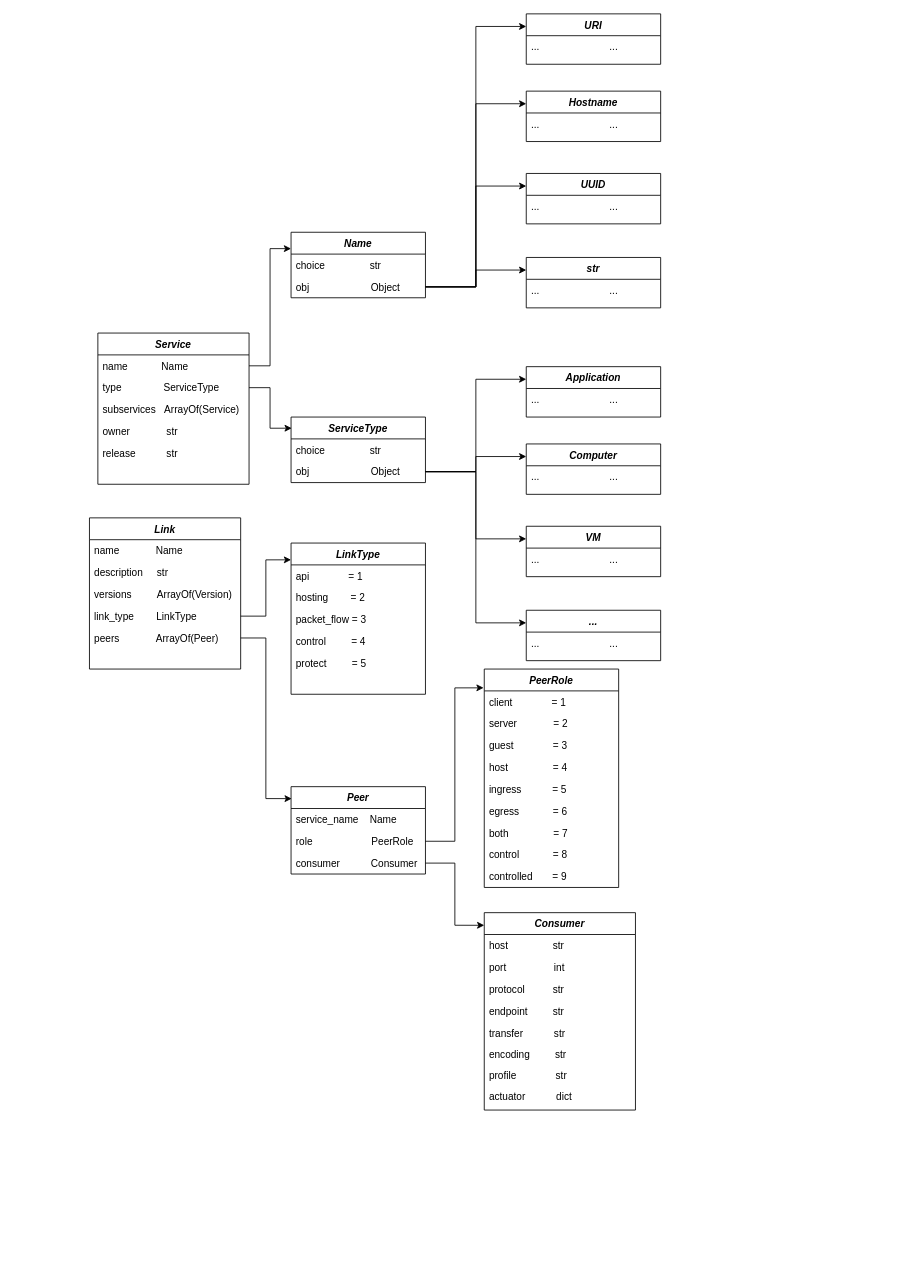
Above: docs/source/ctxd/ctxd-datamodel.drawio in mattereppe/otupy (draw.io), before the change. Source tidied: cells renumbered, new cells numbered last; positions are measured from the earlier drawing's top-left corner, leaving out a move shared by most shapes. Both pictures are drawn from the tidied source at 84%, with x=0, y=0 at pixel (89, 13).
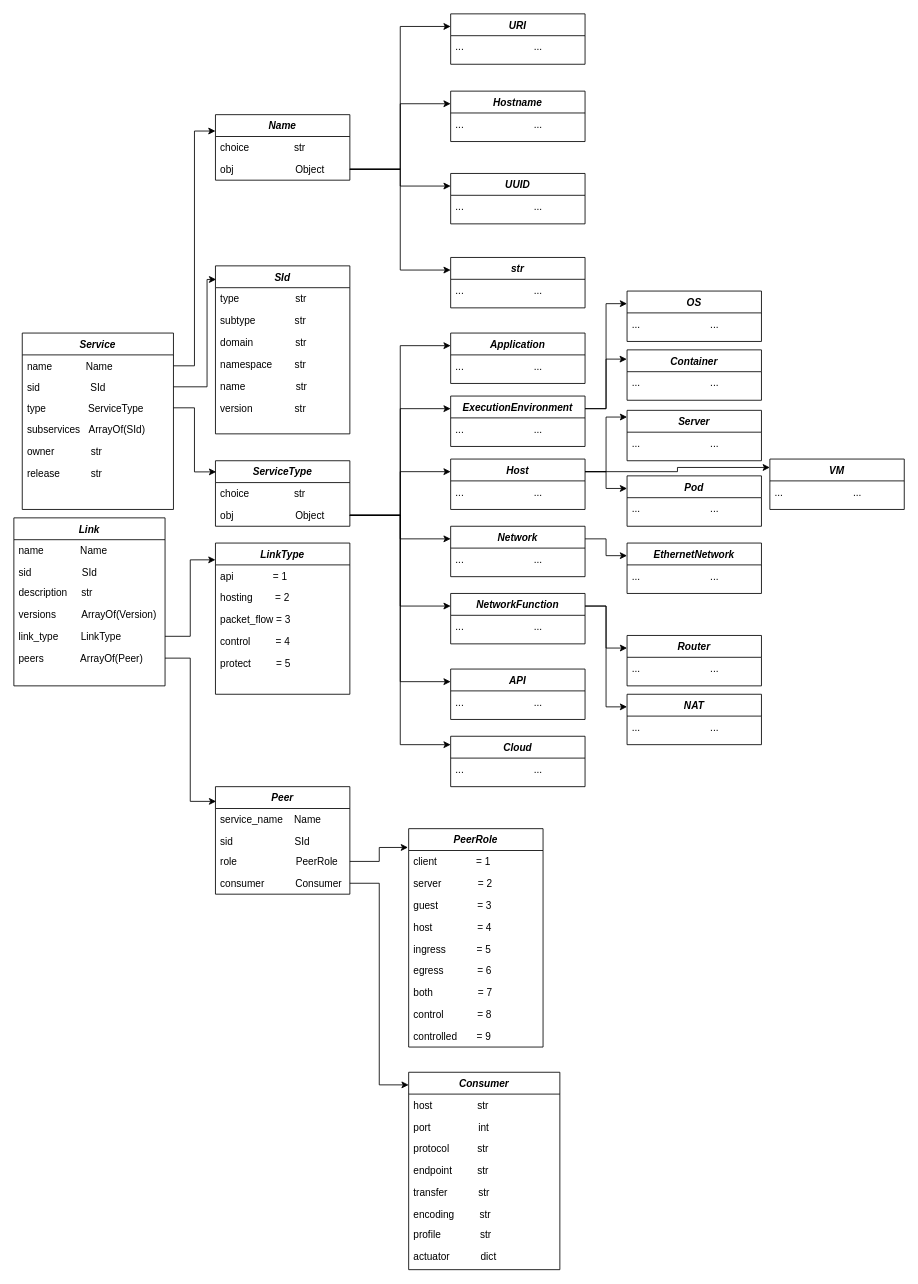
The same page after the edit.

Commit message (it also covers changes not shown here):
Updated documentation for the ctxd profile. Removed description of data types.

Unchanged cells that the change refers to:
```xml
<mxCell id="11" value="obj                      Object" style="text;align=left;verticalAlign=top;spacingLeft=4;spacingRight=4;overflow=hidden;points=[[0,0.5],[1,0.5]];portConstraint=eastwest;rounded=0;shadow=0;html=0;" parent="9" vertex="1">
  <mxGeometry y="52" width="160" height="26" as="geometry" />
</mxCell>
```

Diff of the diagram source:
```diff
@@
     <mxCell id="2" value="Service" style="swimlane;fontStyle=3;align=center;verticalAlign=top;horizontal=1;startSize=26;rounded=0;shadow=0;strokeWidth=1;" parent="1" vertex="1">
-      <mxGeometry x="10" y="380" width="180" height="180" as="geometry" />
+      <mxGeometry x="-80" y="380" width="180" height="210" as="geometry" />
     </mxCell>
@@
+    <mxCell id="79" value="sid                  SId" style="text;align=left;verticalAlign=top;spacingLeft=4;spacingRight=4;overflow=hidden;points=[[0,0.5],[1,0.5]];portConstraint=eastwest;rounded=0;shadow=0;html=0;" parent="2" vertex="1">
+      <mxGeometry y="52" width="180" height="24" as="geometry" />
+    </mxCell>
     <mxCell id="4" value="type               ServiceType" style="text;align=left;verticalAlign=top;spacingLeft=4;spacingRight=4;overflow=hidden;points=[[0,0.5],[1,0.5]];portConstraint=eastwest;rounded=0;shadow=0;html=0;" parent="2" vertex="1">
-      <mxGeometry y="52" width="180" height="26" as="geometry" />
+      <mxGeometry y="76" width="180" height="26" as="geometry" />
     </mxCell>
-    <mxCell id="5" value="subservices   ArrayOf(Service)" style="text;align=left;verticalAlign=top;spacingLeft=4;spacingRight=4;overflow=hidden;rounded=0;shadow=0;html=0;" parent="2" vertex="1">
-      <mxGeometry y="78" width="180" height="26" as="geometry" />
+    <mxCell id="5" value="subservices   ArrayOf(SId)" style="text;align=left;verticalAlign=top;spacingLeft=4;spacingRight=4;overflow=hidden;rounded=0;shadow=0;html=0;" parent="2" vertex="1">
+      <mxGeometry y="102" width="180" height="26" as="geometry" />
     </mxCell>
     <mxCell id="6" value="owner             str" style="text;align=left;verticalAlign=top;spacingLeft=4;spacingRight=4;overflow=hidden;rounded=0;shadow=0;html=0;" parent="2" vertex="1">
-      <mxGeometry y="104" width="180" height="26" as="geometry" />
+      <mxGeometry y="128" width="180" height="26" as="geometry" />
     </mxCell>
     <mxCell id="7" value="release           str" style="text;align=left;verticalAlign=top;spacingLeft=4;spacingRight=4;overflow=hidden;rounded=0;shadow=0;html=0;" parent="2" vertex="1">
-      <mxGeometry y="130" width="180" height="26" as="geometry" />
+      <mxGeometry y="154" width="180" height="26" as="geometry" />
     </mxCell>
@@
     <mxCell id="9" value="ServiceType" style="swimlane;fontStyle=3;align=center;verticalAlign=top;horizontal=1;startSize=26;rounded=0;shadow=0;strokeWidth=1;" parent="1" vertex="1">
-      <mxGeometry x="240" y="480" width="160" height="78" as="geometry" />
+      <mxGeometry x="150" y="532" width="160" height="78" as="geometry" />
     </mxCell>
@@
     <mxCell id="12" value="Application" style="swimlane;fontStyle=3;align=center;verticalAlign=top;horizontal=1;startSize=26;rounded=0;shadow=0;strokeWidth=1;" parent="1" vertex="1">
-      <mxGeometry x="520" y="420" width="160" height="60" as="geometry" />
+      <mxGeometry x="430" y="380" width="160" height="60" as="geometry" />
     </mxCell>
@@
+    <mxCell id="80" style="edgeStyle=orthogonalEdgeStyle;rounded=0;jettySize=auto;html=1;exitX=1;exitY=0.25;exitDx=0;exitDy=0;entryX=0;entryY=0.25;entryDx=0;entryDy=0;" parent="1" edge="1" source="14" target="108">
+      <mxGeometry relative="1" as="geometry" />
+    </mxCell>
-    <mxCell id="14" value="Computer" style="swimlane;fontStyle=3;align=center;verticalAlign=top;horizontal=1;startSize=26;rounded=0;shadow=0;strokeWidth=1;" parent="1" vertex="1">
-      <mxGeometry x="520" y="512" width="160" height="60" as="geometry" />
+    <mxCell id="14" value="ExecutionEnvironment" style="swimlane;fontStyle=3;align=center;verticalAlign=top;horizontal=1;startSize=26;rounded=0;shadow=0;strokeWidth=1;" parent="1" vertex="1">
+      <mxGeometry x="430" y="455" width="160" height="60" as="geometry" />
     </mxCell>
@@
-    <mxCell id="16" value="VM" style="swimlane;fontStyle=3;align=center;verticalAlign=top;horizontal=1;startSize=26;rounded=0;shadow=0;strokeWidth=1;" parent="1" vertex="1">
-      <mxGeometry x="520" y="610" width="160" height="60" as="geometry" />
+    <mxCell id="16" value="Host" style="swimlane;fontStyle=3;align=center;verticalAlign=top;horizontal=1;startSize=26;rounded=0;shadow=0;strokeWidth=1;" parent="1" vertex="1">
+      <mxGeometry x="430" y="530" width="160" height="60" as="geometry" />
     </mxCell>
@@
+    <mxCell id="81" style="edgeStyle=orthogonalEdgeStyle;rounded=0;jettySize=auto;html=1;exitX=1;exitY=0.25;exitDx=0;exitDy=0;entryX=0;entryY=0.25;entryDx=0;entryDy=0;" parent="1" edge="1" source="18" target="112">
+      <mxGeometry relative="1" as="geometry" />
+    </mxCell>
-    <mxCell id="18" value="..." style="swimlane;fontStyle=3;align=center;verticalAlign=top;horizontal=1;startSize=26;rounded=0;shadow=0;strokeWidth=1;" parent="1" vertex="1">
-      <mxGeometry x="520" y="710" width="160" height="60" as="geometry" />
+    <mxCell id="18" value="Network" style="swimlane;fontStyle=3;align=center;verticalAlign=top;horizontal=1;startSize=26;rounded=0;shadow=0;strokeWidth=1;" parent="1" vertex="1">
+      <mxGeometry x="430" y="610" width="160" height="60" as="geometry" />
     </mxCell>
@@
     <mxCell id="20" value="Link" style="swimlane;fontStyle=3;align=center;verticalAlign=top;horizontal=1;startSize=26;rounded=0;shadow=0;strokeWidth=1;" parent="1" vertex="1">
-      <mxGeometry y="600" width="180" height="180" as="geometry" />
+      <mxGeometry x="-90" y="600" width="180" height="200" as="geometry" />
     </mxCell>
@@
+    <mxCell id="82" value="sid                  SId" style="text;align=left;verticalAlign=top;spacingLeft=4;spacingRight=4;overflow=hidden;rounded=0;shadow=0;html=0;" parent="20" vertex="1">
+      <mxGeometry y="52" width="180" height="24" as="geometry" />
+    </mxCell>
     <mxCell id="22" value="description     str" style="text;align=left;verticalAlign=top;spacingLeft=4;spacingRight=4;overflow=hidden;rounded=0;shadow=0;html=0;" parent="20" vertex="1">
-      <mxGeometry y="52" width="180" height="26" as="geometry" />
+      <mxGeometry y="76" width="180" height="26" as="geometry" />
     </mxCell>
     <mxCell id="23" value="versions         ArrayOf(Version)" style="text;align=left;verticalAlign=top;spacingLeft=4;spacingRight=4;overflow=hidden;rounded=0;shadow=0;html=0;" parent="20" vertex="1">
-      <mxGeometry y="78" width="180" height="26" as="geometry" />
+      <mxGeometry y="102" width="180" height="26" as="geometry" />
     </mxCell>
     <mxCell id="24" value="link_type        LinkType" style="text;align=left;verticalAlign=top;spacingLeft=4;spacingRight=4;overflow=hidden;points=[[0,0.5],[1,0.5]];portConstraint=eastwest;rounded=0;shadow=0;html=0;" parent="20" vertex="1">
-      <mxGeometry y="104" width="180" height="26" as="geometry" />
+      <mxGeometry y="128" width="180" height="26" as="geometry" />
     </mxCell>
     <mxCell id="25" value="peers             ArrayOf(Peer)" style="text;align=left;verticalAlign=top;spacingLeft=4;spacingRight=4;overflow=hidden;points=[[0,0.5],[1,0.5]];portConstraint=eastwest;rounded=0;shadow=0;html=0;" parent="20" vertex="1">
-      <mxGeometry y="130" width="180" height="26" as="geometry" />
+      <mxGeometry y="154" width="180" height="26" as="geometry" />
     </mxCell>
     <mxCell id="26" value="LinkType" style="swimlane;fontStyle=3;align=center;verticalAlign=top;horizontal=1;startSize=26;rounded=0;shadow=0;strokeWidth=1;" parent="1" vertex="1">
-      <mxGeometry x="240" y="630" width="160" height="180" as="geometry" />
+      <mxGeometry x="150" y="630" width="160" height="180" as="geometry" />
     </mxCell>
@@
     <mxCell id="37" value="Peer" style="swimlane;fontStyle=3;align=center;verticalAlign=top;horizontal=1;startSize=26;rounded=0;shadow=0;strokeWidth=1;" parent="1" vertex="1">
-      <mxGeometry x="240" y="920" width="160" height="104" as="geometry" />
+      <mxGeometry x="150" y="920" width="160" height="128" as="geometry" />
     </mxCell>
@@
+    <mxCell id="83" value="sid                      SId" style="text;align=left;verticalAlign=top;spacingLeft=4;spacingRight=4;overflow=hidden;rounded=0;shadow=0;html=0;" parent="37" vertex="1">
+      <mxGeometry y="52" width="160" height="24" as="geometry" />
+    </mxCell>
     <mxCell id="39" value="role                     PeerRole" style="text;align=left;verticalAlign=top;spacingLeft=4;spacingRight=4;overflow=hidden;points=[[0,0.5],[1,0.5]];portConstraint=eastwest;rounded=0;shadow=0;html=0;" parent="37" vertex="1">
-      <mxGeometry y="52" width="160" height="26" as="geometry" />
+      <mxGeometry y="76" width="160" height="26" as="geometry" />
     </mxCell>
     <mxCell id="40" value="consumer           Consumer" style="text;align=left;verticalAlign=top;spacingLeft=4;spacingRight=4;overflow=hidden;points=[[0,0.5],[1,0.5]];portConstraint=eastwest;rounded=0;shadow=0;html=0;" parent="37" vertex="1">
-      <mxGeometry y="78" width="160" height="26" as="geometry" />
+      <mxGeometry y="102" width="160" height="26" as="geometry" />
     </mxCell>
@@
     <mxCell id="42" value="Consumer" style="swimlane;fontStyle=3;align=center;verticalAlign=top;horizontal=1;startSize=26;rounded=0;shadow=0;strokeWidth=1;" parent="1" vertex="1">
-      <mxGeometry x="470" y="1070" width="180" height="235" as="geometry" />
+      <mxGeometry x="380" y="1260" width="180" height="235" as="geometry" />
     </mxCell>
@@
     <mxCell id="51" value="PeerRole" style="swimlane;fontStyle=3;align=center;verticalAlign=top;horizontal=1;startSize=26;rounded=0;shadow=0;strokeWidth=1;" parent="1" vertex="1">
-      <mxGeometry x="470" y="780" width="160" height="260" as="geometry" />
+      <mxGeometry x="380" y="970" width="160" height="260" as="geometry" />
     </mxCell>
@@
     <mxCell id="63" value="Name" style="swimlane;fontStyle=3;align=center;verticalAlign=top;horizontal=1;startSize=26;rounded=0;shadow=0;strokeWidth=1;" parent="1" vertex="1">
-      <mxGeometry x="240" y="260" width="160" height="78" as="geometry" />
+      <mxGeometry x="150" y="120" width="160" height="78" as="geometry" />
     </mxCell>
@@
     <mxCell id="67" value="URI" style="swimlane;fontStyle=3;align=center;verticalAlign=top;horizontal=1;startSize=26;rounded=0;shadow=0;strokeWidth=1;" parent="1" vertex="1">
-      <mxGeometry x="520" width="160" height="60" as="geometry" />
+      <mxGeometry x="430" width="160" height="60" as="geometry" />
     </mxCell>
@@
     <mxCell id="69" value="Hostname" style="swimlane;fontStyle=3;align=center;verticalAlign=top;horizontal=1;startSize=26;rounded=0;shadow=0;strokeWidth=1;" parent="1" vertex="1">
-      <mxGeometry x="520" y="92" width="160" height="60" as="geometry" />
+      <mxGeometry x="430" y="92" width="160" height="60" as="geometry" />
     </mxCell>
@@
     <mxCell id="71" value="UUID" style="swimlane;fontStyle=3;align=center;verticalAlign=top;horizontal=1;startSize=26;rounded=0;shadow=0;strokeWidth=1;" parent="1" vertex="1">
-      <mxGeometry x="520" y="190" width="160" height="60" as="geometry" />
+      <mxGeometry x="430" y="190" width="160" height="60" as="geometry" />
     </mxCell>
@@
     <mxCell id="73" value="str" style="swimlane;fontStyle=3;align=center;verticalAlign=top;horizontal=1;startSize=26;rounded=0;shadow=0;strokeWidth=1;" parent="1" vertex="1">
-      <mxGeometry x="520" y="290" width="160" height="60" as="geometry" />
+      <mxGeometry x="430" y="290" width="160" height="60" as="geometry" />
     </mxCell>
@@
+    <mxCell id="84" value="SId" style="swimlane;fontStyle=3;align=center;verticalAlign=top;horizontal=1;startSize=26;rounded=0;shadow=0;strokeWidth=1;" parent="1" vertex="1">
+      <mxGeometry x="150" y="300" width="160" height="200" as="geometry" />
+    </mxCell>
+    <mxCell id="85" value="type                    str        " style="text;align=left;verticalAlign=top;spacingLeft=4;spacingRight=4;overflow=hidden;" parent="84" vertex="1">
+      <mxGeometry y="26" width="160" height="26" as="geometry" />
+    </mxCell>
+    <mxCell id="86" value="subtype              str" style="text;align=left;verticalAlign=top;spacingLeft=4;spacingRight=4;overflow=hidden;rounded=0;shadow=0;html=0;" parent="84" vertex="1">
+      <mxGeometry y="52" width="160" height="26" as="geometry" />
+    </mxCell>
+    <mxCell id="87" value="domain               str" style="text;align=left;verticalAlign=top;spacingLeft=4;spacingRight=4;overflow=hidden;rounded=0;shadow=0;html=0;" parent="84" vertex="1">
+      <mxGeometry y="78" width="160" height="26" as="geometry" />
+    </mxCell>
+    <mxCell id="88" value="namespace        str" style="text;align=left;verticalAlign=top;spacingLeft=4;spacingRight=4;overflow=hidden;rounded=0;shadow=0;html=0;" parent="84" vertex="1">
+      <mxGeometry y="104" width="160" height="26" as="geometry" />
+    </mxCell>
+    <mxCell id="89" value="name                  str" style="text;align=left;verticalAlign=top;spacingLeft=4;spacingRight=4;overflow=hidden;rounded=0;shadow=0;html=0;" parent="84" vertex="1">
+      <mxGeometry y="130" width="160" height="26" as="geometry" />
+    </mxCell>
+    <mxCell id="90" value="version               str" style="text;align=left;verticalAlign=top;spacingLeft=4;spacingRight=4;overflow=hidden;rounded=0;shadow=0;html=0;" parent="84" vertex="1">
+      <mxGeometry y="156" width="160" height="26" as="geometry" />
+    </mxCell>
+    <mxCell id="91" style="edgeStyle=orthogonalEdgeStyle;rounded=0;jettySize=auto;html=1;exitX=1;exitY=0.5;exitDx=0;exitDy=0;entryX=0.005;entryY=0.081;entryDx=0;entryDy=0;entryPerimeter=0;" parent="1" edge="1" source="79" target="84">
+      <mxGeometry relative="1" as="geometry">
+        <Array as="points">
+          <mxPoint x="140" y="444" />
+          <mxPoint x="140" y="316" />
+        </Array>
+      </mxGeometry>
+    </mxCell>
+    <mxCell id="92" value="VM" style="swimlane;fontStyle=3;align=center;verticalAlign=top;horizontal=1;startSize=26;rounded=0;shadow=0;strokeWidth=1;" parent="1" vertex="1">
+      <mxGeometry x="810" y="530" width="160" height="60" as="geometry" />
+    </mxCell>
+    <mxCell id="93" value="...                         ..." style="text;align=left;verticalAlign=top;spacingLeft=4;spacingRight=4;overflow=hidden;" parent="92" vertex="1">
+      <mxGeometry y="26" width="160" height="26" as="geometry" />
+    </mxCell>
+    <mxCell id="94" style="edgeStyle=orthogonalEdgeStyle;rounded=0;jettySize=auto;html=1;exitX=1;exitY=0.25;exitDx=0;exitDy=0;entryX=0;entryY=0.25;entryDx=0;entryDy=0;" parent="1" edge="1" source="95" target="114">
+      <mxGeometry relative="1" as="geometry" />
+    </mxCell>
+    <mxCell id="95" value="NetworkFunction" style="swimlane;fontStyle=3;align=center;verticalAlign=top;horizontal=1;startSize=26;rounded=0;shadow=0;strokeWidth=1;" parent="1" vertex="1">
+      <mxGeometry x="430" y="690" width="160" height="60" as="geometry" />
+    </mxCell>
+    <mxCell id="96" value="...                         ..." style="text;align=left;verticalAlign=top;spacingLeft=4;spacingRight=4;overflow=hidden;" parent="95" vertex="1">
+      <mxGeometry y="26" width="160" height="26" as="geometry" />
+    </mxCell>
+    <mxCell id="97" value="API" style="swimlane;fontStyle=3;align=center;verticalAlign=top;horizontal=1;startSize=26;rounded=0;shadow=0;strokeWidth=1;" parent="1" vertex="1">
+      <mxGeometry x="430" y="780" width="160" height="60" as="geometry" />
+    </mxCell>
+    <mxCell id="98" value="...                         ..." style="text;align=left;verticalAlign=top;spacingLeft=4;spacingRight=4;overflow=hidden;" parent="97" vertex="1">
+      <mxGeometry y="26" width="160" height="26" as="geometry" />
+    </mxCell>
+    <mxCell id="99" value="Cloud" style="swimlane;fontStyle=3;align=center;verticalAlign=top;horizontal=1;startSize=26;rounded=0;shadow=0;strokeWidth=1;" parent="1" vertex="1">
+      <mxGeometry x="430" y="860" width="160" height="60" as="geometry" />
+    </mxCell>
+    <mxCell id="100" value="...                         ..." style="text;align=left;verticalAlign=top;spacingLeft=4;spacingRight=4;overflow=hidden;" parent="99" vertex="1">
+      <mxGeometry y="26" width="160" height="26" as="geometry" />
+    </mxCell>
+    <mxCell id="101" style="edgeStyle=orthogonalEdgeStyle;rounded=0;jettySize=auto;html=1;exitX=1;exitY=0.5;exitDx=0;exitDy=0;entryX=0;entryY=0.25;entryDx=0;entryDy=0;" parent="1" edge="1" source="11" target="95">
+      <mxGeometry relative="1" as="geometry" />
+    </mxCell>
+    <mxCell id="102" style="edgeStyle=orthogonalEdgeStyle;rounded=0;jettySize=auto;html=1;entryX=0;entryY=0.25;entryDx=0;entryDy=0;exitX=1;exitY=0.5;exitDx=0;exitDy=0;" parent="1" edge="1" source="11" target="97">
+      <mxGeometry relative="1" as="geometry" />
+    </mxCell>
+    <mxCell id="103" style="edgeStyle=orthogonalEdgeStyle;rounded=0;jettySize=auto;html=1;exitX=1;exitY=0.5;exitDx=0;exitDy=0;entryX=0;entryY=0.167;entryDx=0;entryDy=0;entryPerimeter=0;" parent="1" edge="1" source="11" target="99">
+      <mxGeometry relative="1" as="geometry" />
+    </mxCell>
+    <mxCell id="104" value="Server" style="swimlane;fontStyle=3;align=center;verticalAlign=top;horizontal=1;startSize=26;rounded=0;shadow=0;strokeWidth=1;" parent="1" vertex="1">
+      <mxGeometry x="640" y="472" width="160" height="60" as="geometry" />
+    </mxCell>
+    <mxCell id="105" value="...                         ..." style="text;align=left;verticalAlign=top;spacingLeft=4;spacingRight=4;overflow=hidden;" parent="104" vertex="1">
+      <mxGeometry y="26" width="160" height="26" as="geometry" />
+    </mxCell>
+    <mxCell id="106" value="Pod" style="swimlane;fontStyle=3;align=center;verticalAlign=top;horizontal=1;startSize=26;rounded=0;shadow=0;strokeWidth=1;" parent="1" vertex="1">
+      <mxGeometry x="640" y="550" width="160" height="60" as="geometry" />
+    </mxCell>
+    <mxCell id="107" value="...                         ..." style="text;align=left;verticalAlign=top;spacingLeft=4;spacingRight=4;overflow=hidden;" parent="106" vertex="1">
+      <mxGeometry y="26" width="160" height="26" as="geometry" />
+    </mxCell>
+    <mxCell id="108" value="OS" style="swimlane;fontStyle=3;align=center;verticalAlign=top;horizontal=1;startSize=26;rounded=0;shadow=0;strokeWidth=1;" parent="1" vertex="1">
+      <mxGeometry x="640" y="330" width="160" height="60" as="geometry" />
+    </mxCell>
+    <mxCell id="109" value="...                         ..." style="text;align=left;verticalAlign=top;spacingLeft=4;spacingRight=4;overflow=hidden;" parent="108" vertex="1">
+      <mxGeometry y="26" width="160" height="26" as="geometry" />
+    </mxCell>
+    <mxCell id="110" value="Container" style="swimlane;fontStyle=3;align=center;verticalAlign=top;horizontal=1;startSize=26;rounded=0;shadow=0;strokeWidth=1;" parent="1" vertex="1">
+      <mxGeometry x="640" y="400" width="160" height="60" as="geometry" />
+    </mxCell>
+    <mxCell id="111" value="...                         ..." style="text;align=left;verticalAlign=top;spacingLeft=4;spacingRight=4;overflow=hidden;" parent="110" vertex="1">
+      <mxGeometry y="26" width="160" height="26" as="geometry" />
+    </mxCell>
+    <mxCell id="112" value="EthernetNetwork" style="swimlane;fontStyle=3;align=center;verticalAlign=top;horizontal=1;startSize=26;rounded=0;shadow=0;strokeWidth=1;" parent="1" vertex="1">
+      <mxGeometry x="640" y="630" width="160" height="60" as="geometry" />
+    </mxCell>
+    <mxCell id="113" value="...                         ..." style="text;align=left;verticalAlign=top;spacingLeft=4;spacingRight=4;overflow=hidden;" parent="112" vertex="1">
+      <mxGeometry y="26" width="160" height="26" as="geometry" />
+    </mxCell>
+    <mxCell id="114" value="Router" style="swimlane;fontStyle=3;align=center;verticalAlign=top;horizontal=1;startSize=26;rounded=0;shadow=0;strokeWidth=1;" parent="1" vertex="1">
+      <mxGeometry x="640" y="740" width="160" height="60" as="geometry" />
+    </mxCell>
+    <mxCell id="115" value="...                         ..." style="text;align=left;verticalAlign=top;spacingLeft=4;spacingRight=4;overflow=hidden;" parent="114" vertex="1">
+      <mxGeometry y="26" width="160" height="26" as="geometry" />
+    </mxCell>
+    <mxCell id="116" value="NAT" style="swimlane;fontStyle=3;align=center;verticalAlign=top;horizontal=1;startSize=26;rounded=0;shadow=0;strokeWidth=1;" parent="1" vertex="1">
+      <mxGeometry x="640" y="810" width="160" height="60" as="geometry" />
+    </mxCell>
+    <mxCell id="117" value="...                         ..." style="text;align=left;verticalAlign=top;spacingLeft=4;spacingRight=4;overflow=hidden;" parent="116" vertex="1">
+      <mxGeometry y="26" width="160" height="26" as="geometry" />
+    </mxCell>
+    <mxCell id="118" style="edgeStyle=orthogonalEdgeStyle;rounded=0;jettySize=auto;html=1;exitX=1;exitY=0.25;exitDx=0;exitDy=0;entryX=0;entryY=0.133;entryDx=0;entryDy=0;entryPerimeter=0;" parent="1" edge="1" source="16" target="104">
+      <mxGeometry relative="1" as="geometry" />
+    </mxCell>
+    <mxCell id="119" style="edgeStyle=orthogonalEdgeStyle;rounded=0;jettySize=auto;html=1;exitX=1;exitY=0.25;exitDx=0;exitDy=0;entryX=-0.002;entryY=0.184;entryDx=0;entryDy=0;entryPerimeter=0;" parent="1" edge="1" source="14" target="110">
+      <mxGeometry relative="1" as="geometry" />
+    </mxCell>
+    <mxCell id="120" style="edgeStyle=orthogonalEdgeStyle;rounded=0;jettySize=auto;html=1;entryX=0;entryY=0.167;entryDx=0;entryDy=0;entryPerimeter=0;exitX=1;exitY=0.25;exitDx=0;exitDy=0;" parent="1" edge="1" source="16" target="92">
+      <mxGeometry relative="1" as="geometry" />
+    </mxCell>
+    <mxCell id="121" style="edgeStyle=orthogonalEdgeStyle;rounded=0;jettySize=auto;html=1;exitX=1;exitY=0.25;exitDx=0;exitDy=0;entryX=0;entryY=0.25;entryDx=0;entryDy=0;" parent="1" edge="1" source="16" target="106">
+      <mxGeometry relative="1" as="geometry" />
+    </mxCell>
+    <mxCell id="122" style="edgeStyle=orthogonalEdgeStyle;rounded=0;jettySize=auto;html=1;exitX=1;exitY=0.25;exitDx=0;exitDy=0;entryX=0;entryY=0.25;entryDx=0;entryDy=0;" parent="1" edge="1" source="95" target="116">
+      <mxGeometry relative="1" as="geometry" />
+    </mxCell>
```
